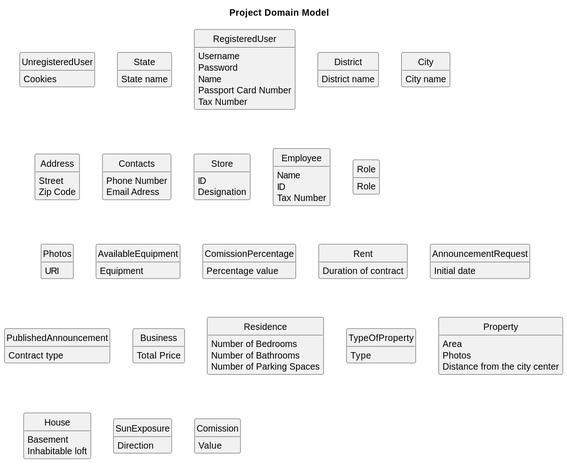
This is docs/sprintB/global-artifacts/02.analysis/svg/project-domain-model.svg from PureNimble/ISEP-LAPR2, a PlantUML export, as it was before one commit.
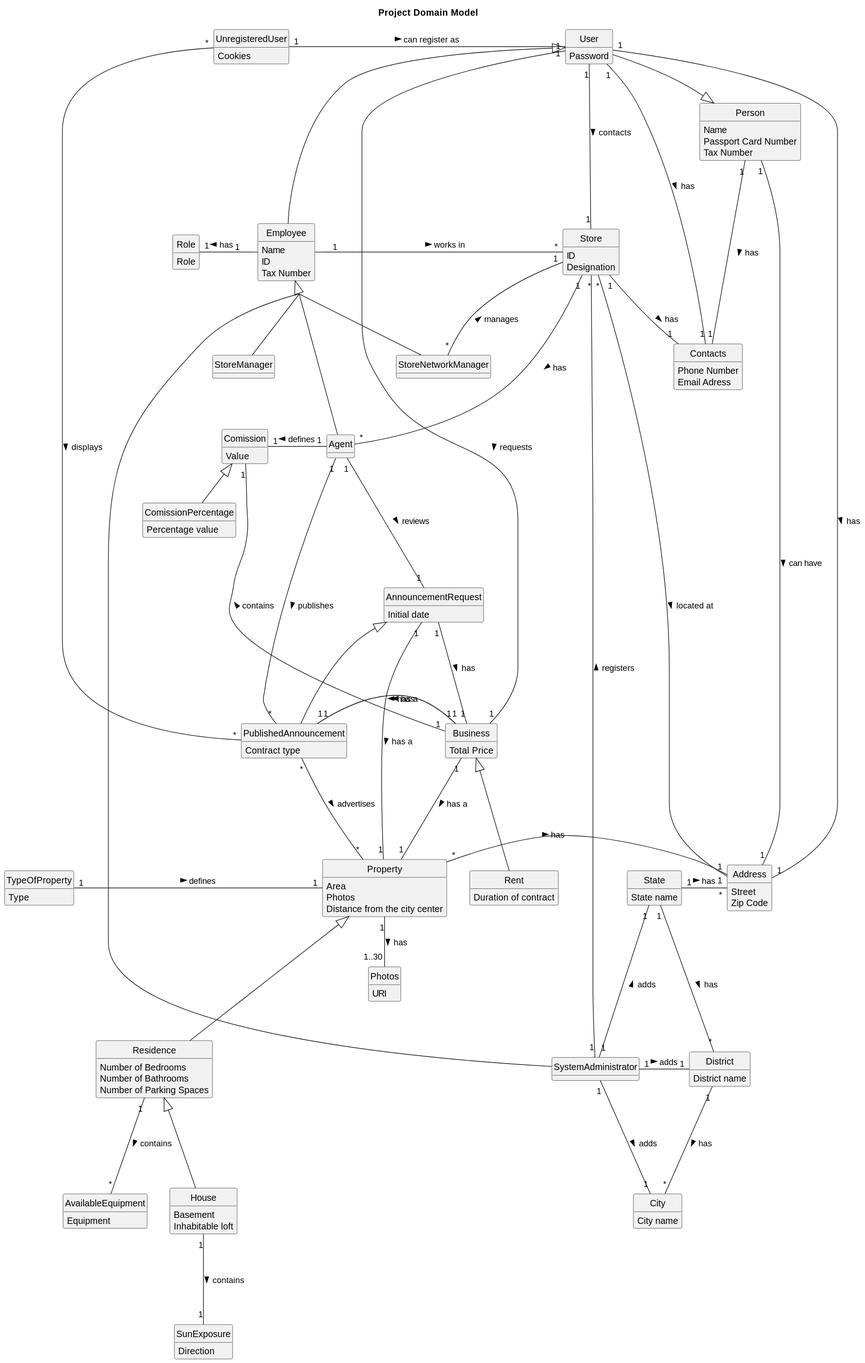
After the commit.

What changed in the source:
```diff
@@ -19,9 +19,11 @@
     State name
 }
 
-class RegisteredUser {
-    Username
+class User {
     Password
+}
+
+class Person {
     Name
     Passport Card Number
     Tax Number
@@ -117,6 +119,55 @@
     Value
 }
 
+Comission "1" -- "1" Business : contains <
+District "1" -right- "*" City : has >
+House "1" --- "1" SunExposure : contains >
+Property <|--- Residence
+Property "*" -right- "1" Address : has >
+PublishedAnnouncement "1" -left- "1" Business : has <
+Property "1" -- "1..30" Photos : has >
+PublishedAnnouncement "*" --- "*" Property: advertises >
+Residence "1" --- "*" AvailableEquipment : contains >
+Residence <|--- House
+State "1" -right- "*" District : has >
+State "1" -left- "*" Address : has >
+TypeOfProperty "1" -right- "1" Property : defines >
+UnregisteredUser "*" --- "*" PublishedAnnouncement: displays >
+User "1" -down-- "1" Contacts: has >
+Store "1" -right-- "1" Contacts: has >
+Address "1" -left-- "1" User: has <
+User "1" -down-- "1" Store: contacts >
+Agent "*" -up-- "1" Store: has <
+Comission "1" -right-- "1" Agent: defines <
+User "1" --- "1" Business: requests >
+Property "1" --- "1" Business: has a <
+AnnouncementRequest "1" --- "1" Business: has >
+Agent "1" --- "1" AnnouncementRequest : reviews >
+AnnouncementRequest "1" --- "1" Property: has a >
+AnnouncementRequest  <|---  PublishedAnnouncement
+PublishedAnnouncement "*" --- "1" Agent: publishes <
+PublishedAnnouncement "1" --- "1" Business: has a <
+Business <|--- Rent
+Comission <|-- ComissionPercentage
+User <|-- Employee
+Employee <|-- Agent
+Employee <|-- StoreNetworkManager
+Employee <|-- StoreManager
+Employee <|-- SystemAdministrator
+Store "*" - "1" Address : located at >
+Employee "1" - "*" Store : works in >
+Employee "1" -left "1" Role : has >
+Store "1" -- "*" StoreNetworkManager : manages <
+City "1" -up-- "1" SystemAdministrator: adds <
+District "1" -left-- "1" SystemAdministrator: adds <
+State "1" -down-- "1" SystemAdministrator: adds <
+UnregisteredUser "1" -right-- "1" User : can register as >
+Person "1" -right-- "1" Address : can have >
+Person "1" -down-- "1" Contacts : has >
+Person <|-up- User
+SystemAdministrator "1" -right-- "*" Store: registers >
+
+
 
 
 @enduml
```
